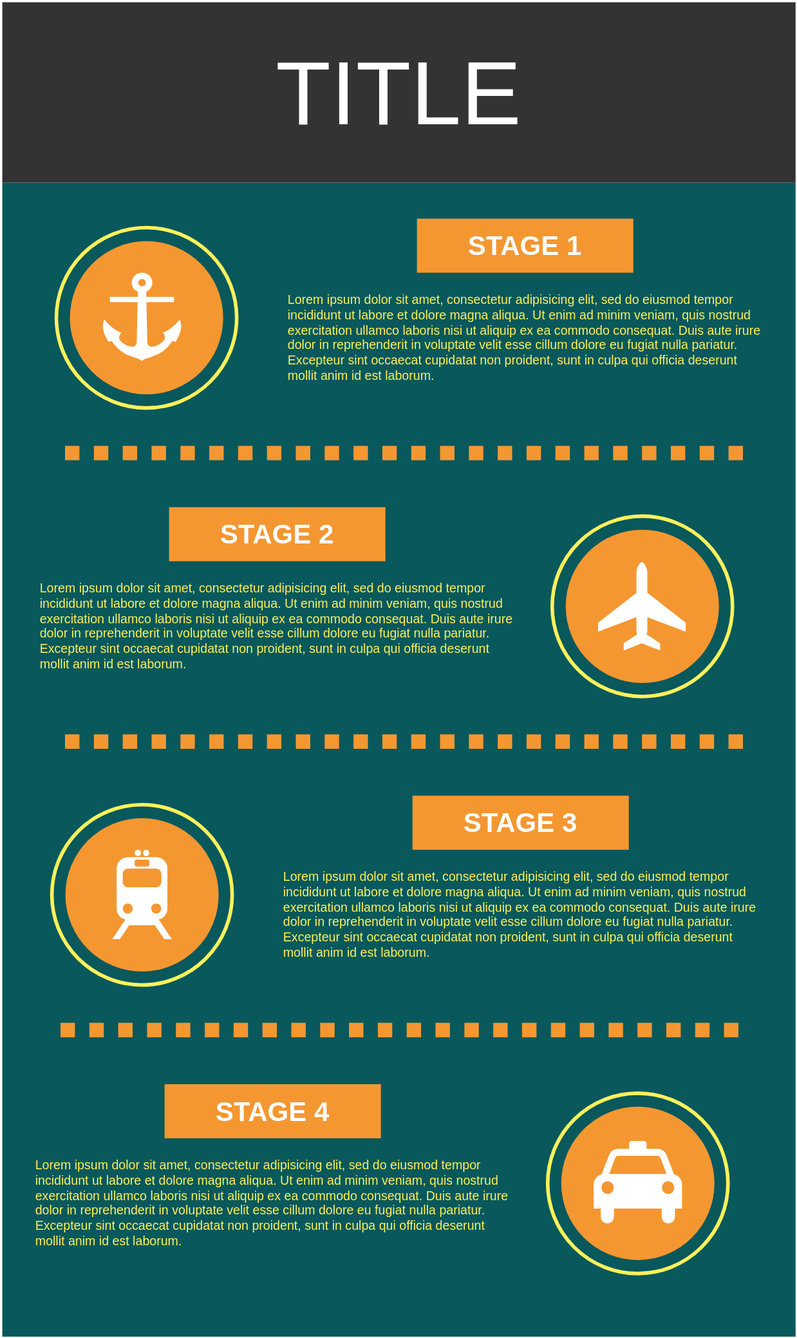
Earlier version of the draw.io export Untitled Diagram.drawio.svg (GitCryptoDevOps/test-diagrams-net). Source tidied: cells renumbered, new cells last; positions are measured from the earlier drawing's top-left corner, leaving out a move shared by most shapes.
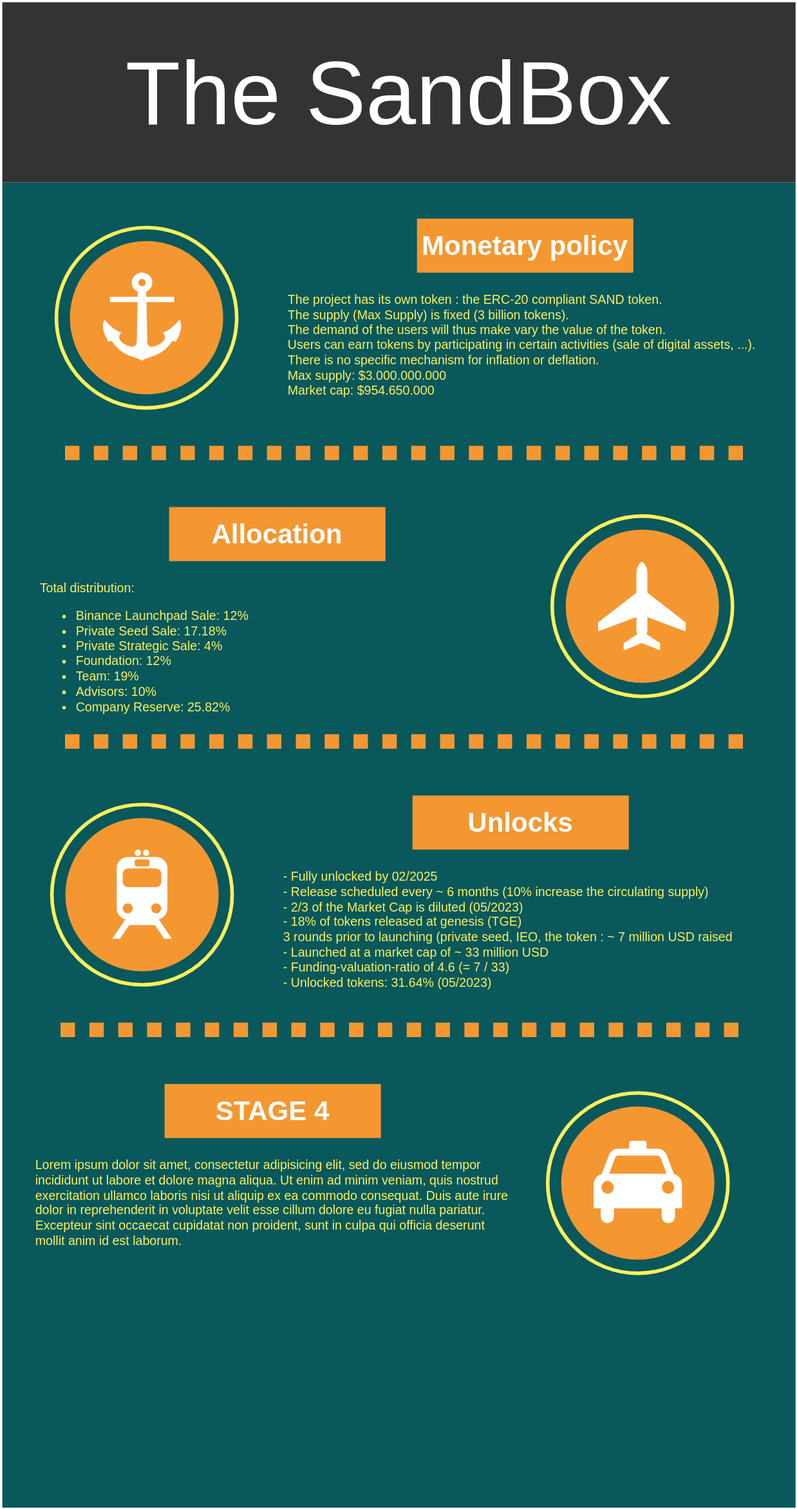
The same diagram one commit later.

What changed in the source:
```diff
@@ -3,9 +3,9 @@
     <mxCell id="0" style="html=1;" />
     <mxCell id="1" style="html=1;" parent="0" />
     <mxCell id="2" style="whiteSpace=wrap;html=1;rounded=0;shadow=0;dashed=0;strokeColor=none;strokeWidth=4;fillColor=#08585C;gradientColor=none;fontFamily=Helvetica;fontSize=100;fontColor=#FFFFFF;align=center;" parent="1" vertex="1">
-      <mxGeometry y="200" width="880" height="1280" as="geometry" />
+      <mxGeometry y="200" width="880" height="1470" as="geometry" />
     </mxCell>
-    <mxCell id="3" value="TITLE" style="whiteSpace=wrap;html=1;rounded=0;shadow=0;dashed=0;strokeColor=none;strokeWidth=4;fillColor=#333333;gradientColor=none;fontFamily=Helvetica;fontSize=100;fontColor=#FFFFFF;align=center;" parent="1" vertex="1">
+    <mxCell id="3" value="The SandBox" style="whiteSpace=wrap;html=1;rounded=0;shadow=0;dashed=0;strokeColor=none;strokeWidth=4;fillColor=#333333;gradientColor=none;fontFamily=Helvetica;fontSize=100;fontColor=#FFFFFF;align=center;" parent="1" vertex="1">
       <mxGeometry width="880" height="200" as="geometry" />
     </mxCell>
     <mxCell id="4" style="ellipse;whiteSpace=wrap;html=1;rounded=0;shadow=0;dashed=0;strokeColor=#FEF15B;strokeWidth=4;fillColor=none;gradientColor=none;fontFamily=Helvetica;fontSize=100;fontColor=#FFFFFF;align=center;" parent="1" vertex="1">
@@ -20,10 +20,10 @@
         <mxPoint x="829" y="500" as="targetPoint" />
       </mxGeometry>
     </mxCell>
-    <mxCell id="7" value="STAGE 1" style="whiteSpace=wrap;html=1;rounded=0;shadow=0;dashed=0;strokeColor=none;strokeWidth=4;fillColor=#F49731;gradientColor=none;fontFamily=Helvetica;fontSize=30;fontColor=#FFFFFF;align=center;fontStyle=1;" parent="1" vertex="1">
+    <mxCell id="7" value="Monetary policy" style="whiteSpace=wrap;html=1;rounded=0;shadow=0;dashed=0;strokeColor=none;strokeWidth=4;fillColor=#F49731;gradientColor=none;fontFamily=Helvetica;fontSize=30;fontColor=#FFFFFF;align=center;fontStyle=1;" parent="1" vertex="1">
       <mxGeometry x="460" y="240" width="240" height="60" as="geometry" />
     </mxCell>
-    <mxCell id="8" value="Lorem ipsum dolor sit amet, consectetur adipisicing elit, sed do eiusmod tempor incididunt ut labore et dolore magna aliqua. Ut enim ad minim veniam, quis nostrud exercitation ullamco laboris nisi ut aliquip ex ea commodo consequat. Duis aute irure dolor in reprehenderit in voluptate velit esse cillum dolore eu fugiat nulla pariatur. Excepteur sint occaecat cupidatat non proident, sunt in culpa qui officia deserunt mollit anim id est laborum." style="text;spacingTop=-5;fillColor=#ffffff;whiteSpace=wrap;html=1;align=left;fontSize=14;fontFamily=Helvetica;fillColor=none;strokeColor=none;rounded=0;shadow=0;dashed=0;fontColor=#FEF15B;" parent="1" vertex="1">
+    <mxCell id="8" value="&lt;div&gt;The project has its own token : the ERC-20 compliant SAND token.&lt;/div&gt;&lt;div&gt;The supply (Max Supply) is fixed (3 billion tokens).&lt;/div&gt;&lt;div&gt;The demand of the users will thus make vary the value of the token.&lt;/div&gt;&lt;div&gt;Users can earn tokens by participating in certain activities (sale of digital assets, ...).&lt;/div&gt;&lt;div&gt;There is no specific mechanism for inflation or deflation.&lt;/div&gt;&lt;div&gt;Max supply: $3.000.000.000&lt;/div&gt;&lt;div&gt;Market cap: $954.650.000&lt;/div&gt;" style="text;spacingTop=-5;fillColor=#ffffff;whiteSpace=wrap;html=1;align=left;fontSize=14;fontFamily=Helvetica;fillColor=none;strokeColor=none;rounded=0;shadow=0;dashed=0;fontColor=#FEF15B;" parent="1" vertex="1">
       <mxGeometry x="315" y="320" width="535" height="130" as="geometry" />
     </mxCell>
     <mxCell id="9" style="ellipse;whiteSpace=wrap;html=1;rounded=0;shadow=0;dashed=0;strokeColor=#FEF15B;strokeWidth=4;fillColor=none;gradientColor=none;fontFamily=Helvetica;fontSize=100;fontColor=#FFFFFF;align=center;" parent="1" vertex="1">
@@ -38,10 +38,10 @@
         <mxPoint x="829" y="820" as="targetPoint" />
       </mxGeometry>
     </mxCell>
-    <mxCell id="12" value="STAGE 2" style="whiteSpace=wrap;html=1;rounded=0;shadow=0;dashed=0;strokeColor=none;strokeWidth=4;fillColor=#F49731;gradientColor=none;fontFamily=Helvetica;fontSize=30;fontColor=#FFFFFF;align=center;fontStyle=1;" parent="1" vertex="1">
+    <mxCell id="12" value="Allocation" style="whiteSpace=wrap;html=1;rounded=0;shadow=0;dashed=0;strokeColor=none;strokeWidth=4;fillColor=#F49731;gradientColor=none;fontFamily=Helvetica;fontSize=30;fontColor=#FFFFFF;align=center;fontStyle=1;" parent="1" vertex="1">
       <mxGeometry x="185" y="560" width="240" height="60" as="geometry" />
     </mxCell>
-    <mxCell id="13" value="Lorem ipsum dolor sit amet, consectetur adipisicing elit, sed do eiusmod tempor incididunt ut labore et dolore magna aliqua. Ut enim ad minim veniam, quis nostrud exercitation ullamco laboris nisi ut aliquip ex ea commodo consequat. Duis aute irure dolor in reprehenderit in voluptate velit esse cillum dolore eu fugiat nulla pariatur. Excepteur sint occaecat cupidatat non proident, sunt in culpa qui officia deserunt mollit anim id est laborum." style="text;spacingTop=-5;fillColor=#ffffff;whiteSpace=wrap;html=1;align=left;fontSize=14;fontFamily=Helvetica;fillColor=none;strokeColor=none;rounded=0;shadow=0;dashed=0;fontColor=#FEF15B;" parent="1" vertex="1">
+    <mxCell id="13" value="&lt;div&gt;Total distribution:&lt;/div&gt;&lt;div&gt;&lt;ul&gt;&lt;li&gt;Binance Launchpad Sale: 12%&lt;/li&gt;&lt;li&gt;Private Seed Sale: 17.18%&lt;/li&gt;&lt;li&gt;Private Strategic Sale: 4%&lt;/li&gt;&lt;li&gt;Foundation: 12%&lt;/li&gt;&lt;li&gt;Team: 19%&lt;/li&gt;&lt;li&gt;Advisors: 10%&lt;/li&gt;&lt;li&gt;Company Reserve: 25.82%&lt;/li&gt;&lt;/ul&gt;&lt;/div&gt;" style="text;spacingTop=-5;fillColor=#ffffff;whiteSpace=wrap;html=1;align=left;fontSize=14;fontFamily=Helvetica;fillColor=none;strokeColor=none;rounded=0;shadow=0;dashed=0;fontColor=#FEF15B;" parent="1" vertex="1">
       <mxGeometry x="40" y="640" width="535" height="130" as="geometry" />
     </mxCell>
     <mxCell id="14" style="ellipse;whiteSpace=wrap;html=1;rounded=0;shadow=0;dashed=0;strokeColor=#FEF15B;strokeWidth=4;fillColor=none;gradientColor=none;fontFamily=Helvetica;fontSize=100;fontColor=#FFFFFF;align=center;" parent="1" vertex="1">
@@ -56,10 +56,10 @@
         <mxPoint x="824" y="1140" as="targetPoint" />
       </mxGeometry>
     </mxCell>
-    <mxCell id="17" value="STAGE 3" style="whiteSpace=wrap;html=1;rounded=0;shadow=0;dashed=0;strokeColor=none;strokeWidth=4;fillColor=#F49731;gradientColor=none;fontFamily=Helvetica;fontSize=30;fontColor=#FFFFFF;align=center;fontStyle=1;" parent="1" vertex="1">
+    <mxCell id="17" value="Unlocks" style="whiteSpace=wrap;html=1;rounded=0;shadow=0;dashed=0;strokeColor=none;strokeWidth=4;fillColor=#F49731;gradientColor=none;fontFamily=Helvetica;fontSize=30;fontColor=#FFFFFF;align=center;fontStyle=1;" parent="1" vertex="1">
       <mxGeometry x="455" y="880" width="240" height="60" as="geometry" />
     </mxCell>
-    <mxCell id="18" value="Lorem ipsum dolor sit amet, consectetur adipisicing elit, sed do eiusmod tempor incididunt ut labore et dolore magna aliqua. Ut enim ad minim veniam, quis nostrud exercitation ullamco laboris nisi ut aliquip ex ea commodo consequat. Duis aute irure dolor in reprehenderit in voluptate velit esse cillum dolore eu fugiat nulla pariatur. Excepteur sint occaecat cupidatat non proident, sunt in culpa qui officia deserunt mollit anim id est laborum." style="text;spacingTop=-5;fillColor=#ffffff;whiteSpace=wrap;html=1;align=left;fontSize=14;fontFamily=Helvetica;fillColor=none;strokeColor=none;rounded=0;shadow=0;dashed=0;fontColor=#FEF15B;" parent="1" vertex="1">
+    <mxCell id="18" value="&lt;div&gt;- Fully unlocked by 02/2025&lt;/div&gt;&lt;div&gt;- Release scheduled every ~ 6 months (10% increase the circulating supply)&lt;/div&gt;&lt;div&gt;- 2/3 of the Market Cap is diluted (05/2023)&lt;/div&gt;&lt;div&gt;&lt;span style=&quot;background-color: initial;&quot;&gt;- 18% of tokens released at genesis (TGE)&lt;/span&gt;&lt;br&gt;&lt;/div&gt;&lt;div&gt;3 rounds prior to launching (private seed, IEO, the token : ~ 7 million USD raised&lt;/div&gt;&lt;div&gt;- Launched at a market cap of ~ 33 million USD&lt;/div&gt;&lt;div&gt;- Funding-valuation-ratio of 4.6 (= 7 / 33)&lt;/div&gt;&lt;div&gt;- Unlocked tokens: 31.64% (05/2023)&lt;/div&gt;" style="text;spacingTop=-5;fillColor=#ffffff;whiteSpace=wrap;html=1;align=left;fontSize=14;fontFamily=Helvetica;fillColor=none;strokeColor=none;rounded=0;shadow=0;dashed=0;fontColor=#FEF15B;" parent="1" vertex="1">
       <mxGeometry x="310" y="960" width="535" height="130" as="geometry" />
     </mxCell>
     <mxCell id="19" style="ellipse;whiteSpace=wrap;html=1;rounded=0;shadow=0;dashed=0;strokeColor=#FEF15B;strokeWidth=4;fillColor=none;gradientColor=none;fontFamily=Helvetica;fontSize=100;fontColor=#FFFFFF;align=center;" parent="1" vertex="1">
```
